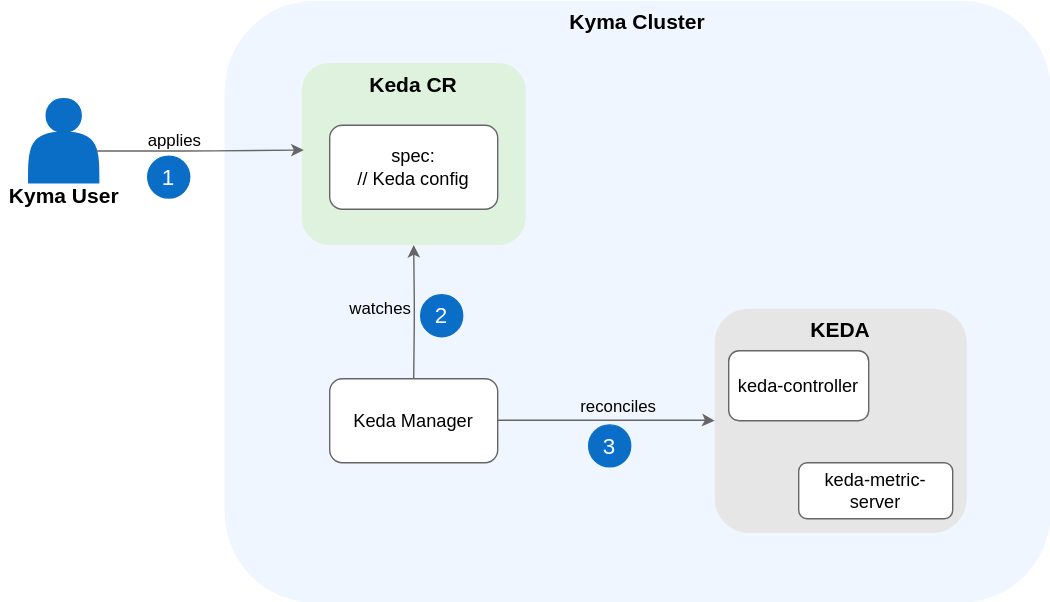
Earlier version of the draw.io export docs/assets/keda_architecture.svg (kyma-project/keda-manager). Source tidied: cells renumbered, new cells last; positions are measured from the earlier drawing's top-left corner, leaving out a move shared by most shapes.
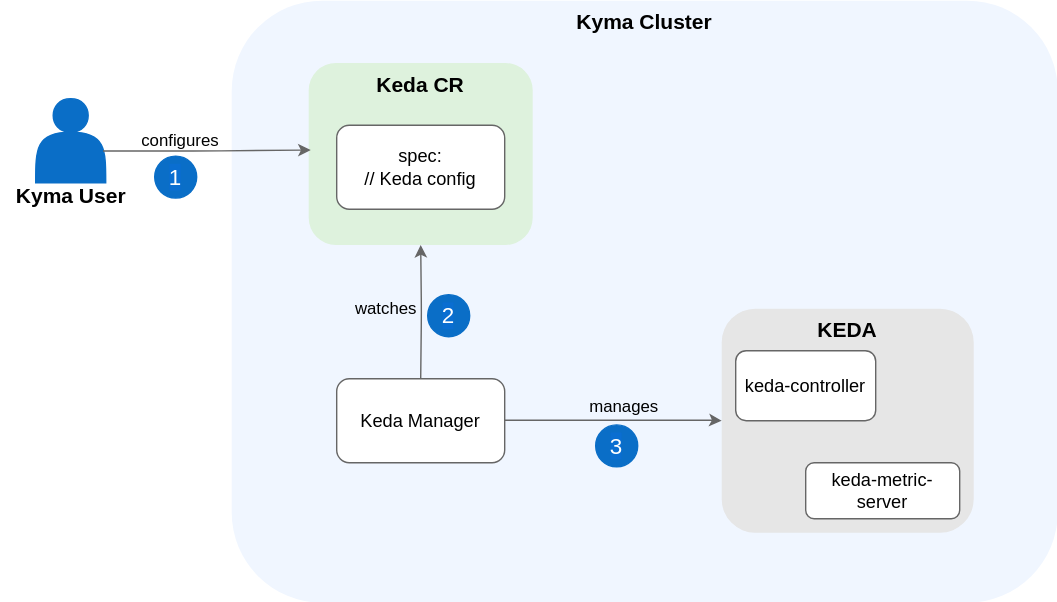
The same diagram one commit later.

What changed in the source:
```diff
@@ -1,18 +1,18 @@
-<mxGraphModel background="#FFFFFF">
+<mxGraphModel background="light-dark(#FFFFFF,#FFFFFF)">
   <root>
     <mxCell id="0" />
     <mxCell id="1" parent="0" />
     <mxCell id="2" value="&lt;b style=&quot;color: rgb(0, 0, 0); font-size: 15px;&quot;&gt;&lt;font style=&quot;font-size: 15px;&quot;&gt;Kyma Cluster&lt;br style=&quot;font-size: 15px;&quot;&gt;&lt;/font&gt;&lt;/b&gt;" style="rounded=1;whiteSpace=wrap;html=1;fillColor=#F0F6FF;strokeColor=none;fontColor=#333333;verticalAlign=top;fontSize=15;" parent="1" vertex="1">
       <mxGeometry x="160" width="590" height="430" as="geometry" />
     </mxCell>
-    <mxCell id="3" style="group;" parent="1" vertex="1">
-      <mxGeometry y="70" width="90" height="79" as="geometry" />
+    <mxCell id="3" style="group;fontColor=light-dark(#000000,#000000);" parent="1" vertex="1">
+      <mxGeometry y="70" width="95" height="84" as="geometry" />
     </mxCell>
     <mxCell id="4" style="shape=actor;whiteSpace=wrap;html=1;fillColor=#0A6EC7;strokeColor=#0A6EC7;" parent="3" vertex="1">
       <mxGeometry x="20" width="50" height="60" as="geometry" />
     </mxCell>
-    <mxCell id="5" value="&lt;font style=&quot;font-size: 15px&quot;&gt;&lt;b&gt;Kyma User&lt;/b&gt;&lt;/font&gt;" style="text;html=1;align=center;verticalAlign=middle;fontSize=15;" parent="3" vertex="1">
-      <mxGeometry y="59" width="90" height="20" as="geometry" />
+    <mxCell id="5" value="&lt;font style=&quot;font-size: 15px; color: light-dark(rgb(0, 0, 0), rgb(0, 0, 0));&quot;&gt;&lt;b&gt;Kyma User&lt;/b&gt;&lt;/font&gt;" style="text;html=1;align=center;verticalAlign=middle;fontSize=15;" parent="3" vertex="1">
+      <mxGeometry x="-5" y="54" width="100" height="30" as="geometry" />
     </mxCell>
     <mxCell id="6" value="&lt;b style=&quot;color: rgb(0, 0, 0); font-size: 15px;&quot;&gt;Keda CR&lt;br style=&quot;font-size: 15px;&quot;&gt;&lt;/b&gt;" style="rounded=1;whiteSpace=wrap;html=1;dashed=1;fillColor=#DEF2DD;strokeColor=none;verticalAlign=top;fontSize=15;" parent="1" vertex="1">
       <mxGeometry x="215" y="44.5" width="160" height="130" as="geometry" />
@@ -23,7 +23,7 @@
     <mxCell id="8" value="keda-controller" style="rounded=1;whiteSpace=wrap;html=1;fontColor=#000000;fillColor=#FFFFFF;strokeColor=#666666;fontSize=13;" parent="1" vertex="1">
       <mxGeometry x="520" y="250" width="100" height="50" as="geometry" />
     </mxCell>
-    <mxCell id="9" value="spec:&lt;br&gt;// Keda config" style="rounded=1;whiteSpace=wrap;html=1;fontSize=13;strokeColor=#666666;" parent="1" vertex="1">
+    <mxCell id="9" value="spec:&lt;br&gt;// Keda config" style="rounded=1;whiteSpace=wrap;html=1;fontSize=13;strokeColor=#666666;fillColor=#FFFFFF;fontColor=light-dark(#000000,#000000);" parent="1" vertex="1">
       <mxGeometry x="235" y="89" width="120" height="60" as="geometry" />
     </mxCell>
     <mxCell id="10" value="&lt;font style=&quot;font-size: 16px&quot;&gt;2&lt;/font&gt;" style="ellipse;whiteSpace=wrap;html=1;labelBackgroundColor=#0A6ED1;fontColor=#FFFFFF;fillColor=#0A6EC7;strokeColor=#0A6EC7;" parent="1" vertex="1">
@@ -53,22 +53,22 @@
     <mxCell id="15" style="edgeStyle=orthogonalEdgeStyle;rounded=1;jettySize=auto;html=1;startArrow=none;startFill=0;endArrow=classic;endFill=1;strokeColor=#666666;exitX=0.961;exitY=0.623;exitDx=0;exitDy=0;entryX=0.009;entryY=0.478;entryDx=0;entryDy=0;entryPerimeter=0;exitPerimeter=0;" parent="1" edge="1" source="4" target="6">
       <mxGeometry relative="1" as="geometry" />
     </mxCell>
-    <mxCell id="16" value="applies" style="edgeLabel;html=1;align=center;verticalAlign=middle;labelBackgroundColor=none;fontSize=12;" parent="15" vertex="1">
+    <mxCell id="16" value="configures" style="edgeLabel;html=1;align=center;verticalAlign=middle;labelBackgroundColor=none;fontSize=12;fontColor=light-dark(#000000,#000000);" parent="15" vertex="1">
       <mxGeometry x="0.35" y="-4" relative="1" as="geometry">
         <mxPoint x="-45" y="-11" as="offset" />
       </mxGeometry>
     </mxCell>
-    <mxCell id="17" value="watches" style="edgeLabel;html=1;align=center;verticalAlign=middle;labelBackgroundColor=none;fontSize=12;" parent="15" vertex="1">
+    <mxCell id="17" value="watches" style="edgeLabel;html=1;align=center;verticalAlign=middle;labelBackgroundColor=none;fontSize=12;fontColor=light-dark(#000000,#000000);" parent="15" vertex="1">
       <mxGeometry x="0.35" y="-4" relative="1" as="geometry">
         <mxPoint x="102" y="109" as="offset" />
       </mxGeometry>
     </mxCell>
-    <mxCell id="18" value="reconciles" style="edgeLabel;html=1;align=center;verticalAlign=middle;labelBackgroundColor=none;fontSize=12;" parent="15" vertex="1">
+    <mxCell id="18" value="manages" style="edgeLabel;html=1;align=center;verticalAlign=middle;labelBackgroundColor=none;fontSize=12;fontColor=light-dark(#000000,#000000);" parent="15" vertex="1">
       <mxGeometry x="0.35" y="-4" relative="1" as="geometry">
         <mxPoint x="272" y="179" as="offset" />
       </mxGeometry>
     </mxCell>
-    <mxCell id="19" value="Keda Manager" style="rounded=1;whiteSpace=wrap;html=1;fontSize=13;strokeColor=#666666;" parent="1" vertex="1">
+    <mxCell id="19" value="Keda Manager" style="rounded=1;whiteSpace=wrap;html=1;fontSize=13;strokeColor=#666666;fillColor=#FFFFFF;fontColor=light-dark(#000000,#000000);" parent="1" vertex="1">
       <mxGeometry x="235" y="270" width="120" height="60" as="geometry" />
     </mxCell>
     <mxCell id="20" value="keda-metric-server" style="rounded=1;whiteSpace=wrap;html=1;fontColor=#000000;fillColor=#FFFFFF;strokeColor=#666666;fontSize=13;" parent="1" vertex="1">
```
